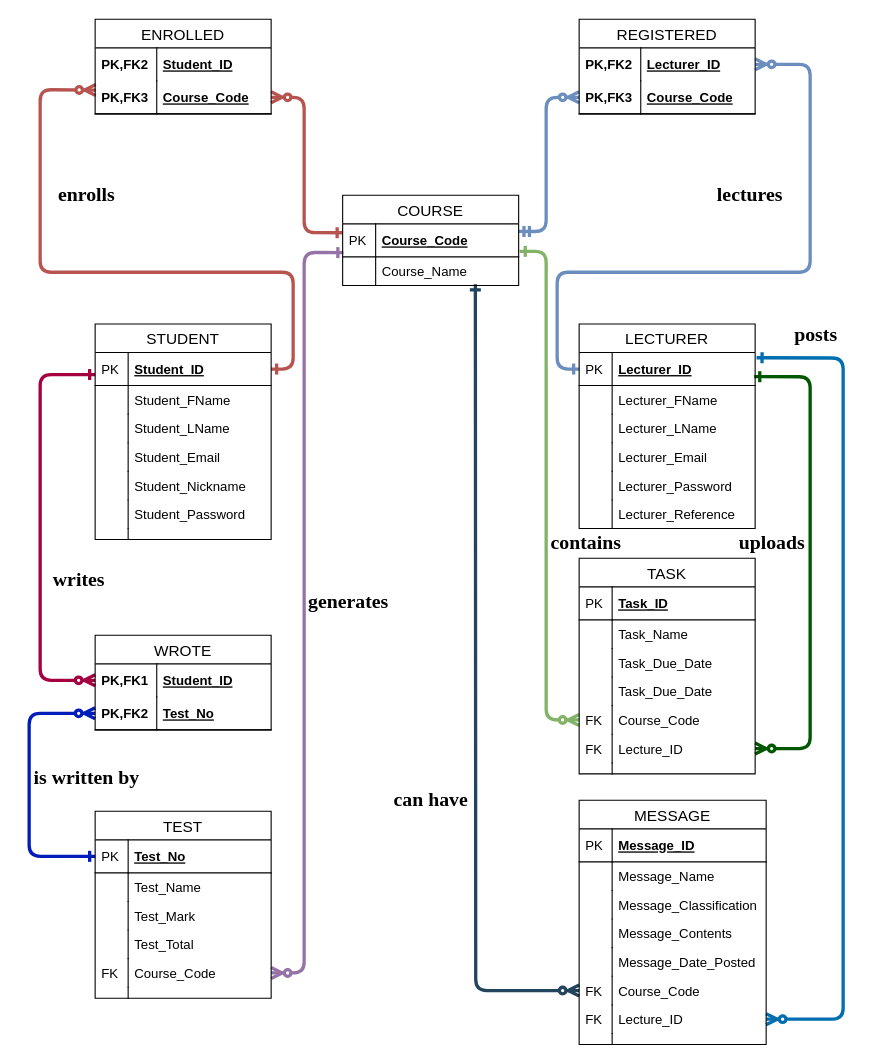
Arneev/LecTrac keeps this draw.io diagram as Other/ERDS/OnlineIntialERD.drawio. Above is the earlier version. Source tidied: cells renumbered, new cells numbered last; positions are measured from the earlier drawing's top-left corner, leaving out a move shared by most shapes. Both pictures are drawn from the tidied source at 110%, with x=0, y=0 at pixel (25, 19).
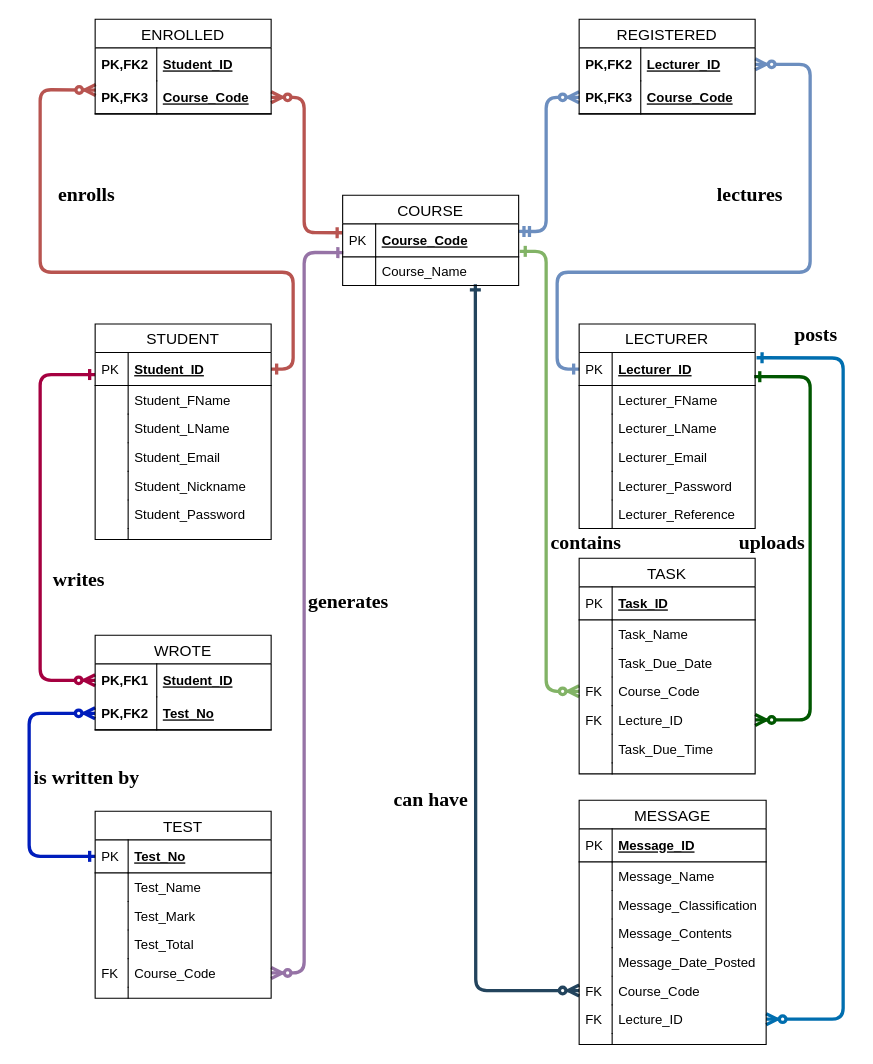
The same diagram, later.

Unchanged cells that the change refers to:
```xml
<mxCell id="44" value="Lecturer_ID" style="shape=partialRectangle;top=0;left=0;right=0;bottom=1;align=left;verticalAlign=middle;fillColor=none;spacingLeft=34;spacingRight=4;overflow=hidden;points=[[0,0.5],[1,0.5]];portConstraint=eastwest;fontStyle=5;fontSize=12;" parent="43" vertex="1">
  <mxGeometry y="26" width="160" height="30" as="geometry" />
</mxCell>
<mxCell id="74" value="TASK" style="swimlane;fontStyle=0;horizontal=1;startSize=26;align=center;fontSize=14;" parent="1" vertex="1">
  <mxGeometry x="503" y="490" width="160" height="196" as="geometry" />
</mxCell>
```

Diff of the diagram source:
```diff
@@
     <mxCell id="6" style="fontSize=12;html=1;endArrow=ERzeroToMany;startArrow=ERone;strokeWidth=3;fillColor=#d5e8d4;strokeColor=#82b366;entryX=0;entryY=0.5;entryDx=0;entryDy=0;startFill=0;" parent="1" edge="1" target="83">
       <mxGeometry relative="1" as="geometry">
         <mxPoint x="449" y="211" as="sourcePoint" />
         <Array as="points">
           <mxPoint x="473" y="211" />
-          <mxPoint x="473" y="637" />
+          <mxPoint x="473" y="611" />
         </Array>
       </mxGeometry>
     </mxCell>
@@
     <mxCell id="10" style="fontSize=12;html=1;endArrow=ERone;endFill=1;startArrow=ERzeroToMany;startFill=1;entryX=0.995;entryY=0.732;entryDx=0;entryDy=0;entryPerimeter=0;exitX=1;exitY=0.5;exitDx=0;exitDy=0;strokeWidth=3;fillColor=#008a00;strokeColor=#005700;" parent="1" edge="1" source="85" target="44">
       <mxGeometry relative="1" as="geometry">
         <Array as="points">
-          <mxPoint x="713" y="663" />
+          <mxPoint x="713" y="637" />
           <mxPoint x="713" y="325" />
         </Array>
       </mxGeometry>
     </mxCell>
@@
-    <mxCell id="81" value="Task_Due_Date" style="shape=partialRectangle;top=0;left=0;right=0;bottom=0;align=left;verticalAlign=top;fillColor=none;spacingLeft=34;spacingRight=4;overflow=hidden;fontSize=12;" parent="74" vertex="1">
-      <mxGeometry y="108" width="160" height="26" as="geometry" />
-    </mxCell>
-    <mxCell id="82" style="shape=partialRectangle;top=0;left=0;bottom=0;fillColor=none;align=left;verticalAlign=top;spacingLeft=4;spacingRight=4;overflow=hidden;fontSize=12;" parent="81" vertex="1">
-      <mxGeometry width="30" height="26" as="geometry" />
-    </mxCell>
     <mxCell id="83" value="Course_Code" style="shape=partialRectangle;top=0;left=0;right=0;bottom=0;align=left;verticalAlign=top;fillColor=none;spacingLeft=34;spacingRight=4;overflow=hidden;points=[[0,0.5],[1,0.5]];portConstraint=eastwest;fontSize=12;" parent="74" vertex="1">
-      <mxGeometry y="134" width="160" height="26" as="geometry" />
+      <mxGeometry y="108" width="160" height="26" as="geometry" />
     </mxCell>
@@
     <mxCell id="85" value="Lecture_ID" style="shape=partialRectangle;top=0;left=0;right=0;bottom=0;align=left;verticalAlign=top;fillColor=none;spacingLeft=34;spacingRight=4;overflow=hidden;points=[[0,0.5],[1,0.5]];portConstraint=eastwest;fontSize=12;" parent="74" vertex="1">
-      <mxGeometry y="160" width="160" height="26" as="geometry" />
+      <mxGeometry y="134" width="160" height="26" as="geometry" />
     </mxCell>
@@
+    <mxCell id="81" value="Task_Due_Time" style="shape=partialRectangle;top=0;left=0;right=0;bottom=0;align=left;verticalAlign=top;fillColor=none;spacingLeft=34;spacingRight=4;overflow=hidden;fontSize=12;" parent="74" vertex="1">
+      <mxGeometry y="160" width="160" height="26" as="geometry" />
+    </mxCell>
+    <mxCell id="82" style="shape=partialRectangle;top=0;left=0;bottom=0;fillColor=none;align=left;verticalAlign=top;spacingLeft=4;spacingRight=4;overflow=hidden;fontSize=12;" parent="81" vertex="1">
+      <mxGeometry width="30" height="26" as="geometry" />
+    </mxCell>
```
